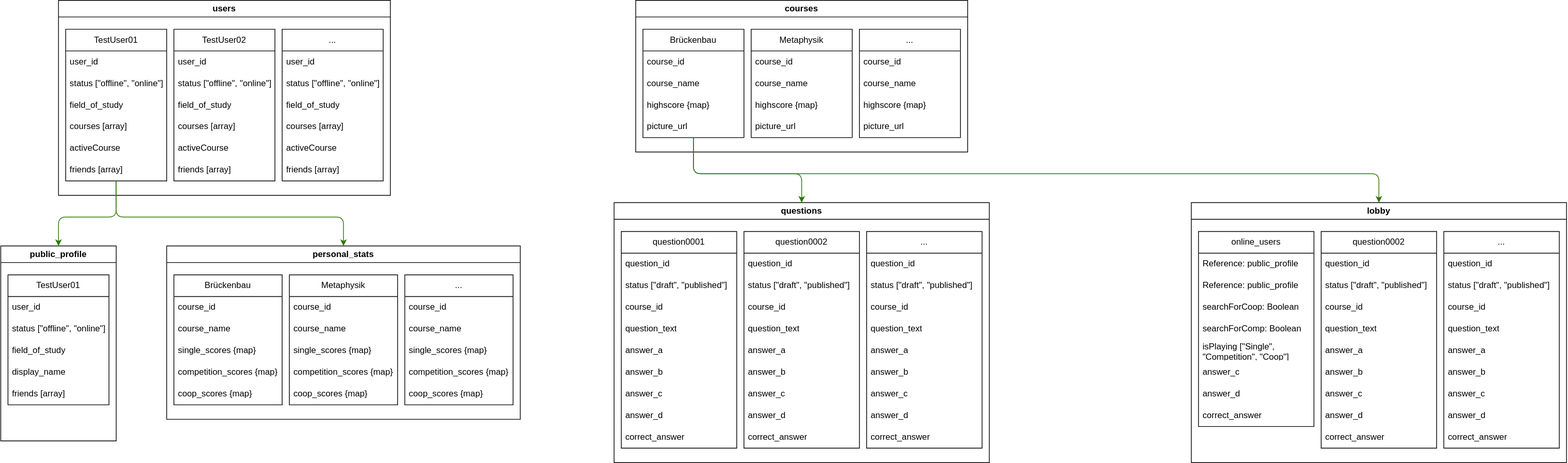
Earlier version of the draw.io export Docs/firestore_data.drawio.svg (A-Gruber-IU/ISEF01-Quiz). Source tidied: cells renumbered, new cells last; positions are measured from the earlier drawing's top-left corner, leaving out a move shared by most shapes.
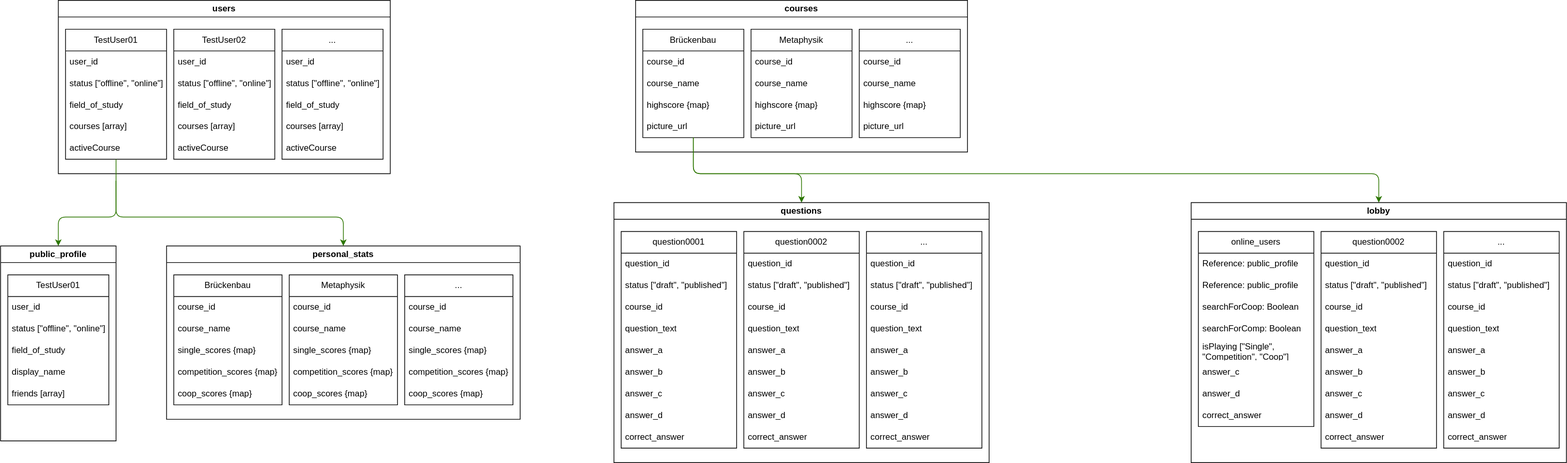
Above is the later version.

What changed in the source:
```diff
@@ -3,10 +3,10 @@
     <mxCell id="0" />
     <mxCell id="1" parent="0" />
     <mxCell id="2" value="users" style="swimlane;whiteSpace=wrap;html=1;" parent="1" vertex="1">
-      <mxGeometry x="80" width="460" height="270" as="geometry" />
+      <mxGeometry x="80" width="460" height="240" as="geometry" />
     </mxCell>
     <mxCell id="3" value="TestUser01" style="swimlane;fontStyle=0;horizontal=1;startSize=30;whiteSpace=wrap;html=1;" parent="2" vertex="1">
-      <mxGeometry x="10" y="40" width="140" height="210" as="geometry" />
+      <mxGeometry x="10" y="40" width="140" height="180" as="geometry" />
     </mxCell>
     <mxCell id="4" value="user_id" style="text;strokeColor=none;fillColor=none;align=left;verticalAlign=middle;spacingLeft=4;spacingRight=4;overflow=hidden;whiteSpace=wrap;html=1;" parent="3" vertex="1">
       <mxGeometry y="30" width="140" height="30" as="geometry" />
@@ -23,11 +23,8 @@
     <mxCell id="8" value="activeCourse" style="text;strokeColor=none;fillColor=none;align=left;verticalAlign=middle;spacingLeft=4;spacingRight=4;overflow=hidden;whiteSpace=wrap;html=1;" parent="3" vertex="1">
       <mxGeometry y="150" width="140" height="30" as="geometry" />
     </mxCell>
-    <mxCell id="9" value="friends [array]" style="text;strokeColor=none;fillColor=none;align=left;verticalAlign=middle;spacingLeft=4;spacingRight=4;overflow=hidden;points=[[0,0.5],[1,0.5]];portConstraint=eastwest;whiteSpace=wrap;html=1;" parent="3" vertex="1">
-      <mxGeometry y="180" width="140" height="30" as="geometry" />
-    </mxCell>
     <mxCell id="10" value="TestUser02" style="swimlane;fontStyle=0;horizontal=1;startSize=30;whiteSpace=wrap;html=1;" parent="2" vertex="1">
-      <mxGeometry x="160" y="40" width="140" height="210" as="geometry" />
+      <mxGeometry x="160" y="40" width="140" height="180" as="geometry" />
     </mxCell>
     <mxCell id="11" value="user_id" style="text;strokeColor=none;fillColor=none;align=left;verticalAlign=middle;spacingLeft=4;spacingRight=4;overflow=hidden;whiteSpace=wrap;html=1;" parent="10" vertex="1">
       <mxGeometry y="30" width="140" height="30" as="geometry" />
@@ -44,11 +41,8 @@
     <mxCell id="15" value="activeCourse" style="text;strokeColor=none;fillColor=none;align=left;verticalAlign=middle;spacingLeft=4;spacingRight=4;overflow=hidden;whiteSpace=wrap;html=1;" parent="10" vertex="1">
       <mxGeometry y="150" width="140" height="30" as="geometry" />
     </mxCell>
-    <mxCell id="16" value="friends [array]" style="text;strokeColor=none;fillColor=none;align=left;verticalAlign=middle;spacingLeft=4;spacingRight=4;overflow=hidden;whiteSpace=wrap;html=1;" parent="10" vertex="1">
-      <mxGeometry y="180" width="140" height="30" as="geometry" />
-    </mxCell>
     <mxCell id="17" value="..." style="swimlane;fontStyle=0;horizontal=1;startSize=30;whiteSpace=wrap;html=1;" parent="2" vertex="1">
-      <mxGeometry x="310" y="40" width="140" height="210" as="geometry" />
+      <mxGeometry x="310" y="40" width="140" height="180" as="geometry" />
     </mxCell>
     <mxCell id="18" value="user_id" style="text;strokeColor=none;fillColor=none;align=left;verticalAlign=middle;spacingLeft=4;spacingRight=4;overflow=hidden;whiteSpace=wrap;html=1;" parent="17" vertex="1">
       <mxGeometry y="30" width="140" height="30" as="geometry" />
@@ -65,9 +59,6 @@
     <mxCell id="22" value="activeCourse" style="text;strokeColor=none;fillColor=none;align=left;verticalAlign=middle;spacingLeft=4;spacingRight=4;overflow=hidden;whiteSpace=wrap;html=1;" parent="17" vertex="1">
       <mxGeometry y="150" width="140" height="30" as="geometry" />
     </mxCell>
-    <mxCell id="23" value="friends [array]" style="text;strokeColor=none;fillColor=none;align=left;verticalAlign=middle;spacingLeft=4;spacingRight=4;overflow=hidden;whiteSpace=wrap;html=1;" parent="17" vertex="1">
-      <mxGeometry y="180" width="140" height="30" as="geometry" />
-    </mxCell>
     <mxCell id="24" value="courses" style="swimlane;whiteSpace=wrap;html=1;" parent="1" vertex="1">
       <mxGeometry x="880" width="460" height="210" as="geometry" />
     </mxCell>
@@ -401,8 +392,9 @@
     <mxCell id="129" value="friends [array]" style="text;strokeColor=none;fillColor=none;align=left;verticalAlign=middle;spacingLeft=4;spacingRight=4;overflow=hidden;whiteSpace=wrap;html=1;" parent="124" vertex="1">
       <mxGeometry y="150" width="140" height="30" as="geometry" />
     </mxCell>
-    <mxCell id="130" style="edgeStyle=none;html=1;entryX=0.5;entryY=0;entryDx=0;entryDy=0;fillColor=#60a917;strokeColor=#2D7600;exitX=0.498;exitY=0.99;exitDx=0;exitDy=0;exitPerimeter=0;" parent="1" edge="1" source="9" target="123">
+    <mxCell id="130" style="edgeStyle=none;html=1;entryX=0.5;entryY=0;entryDx=0;entryDy=0;fillColor=#60a917;strokeColor=#2D7600;exitX=0.498;exitY=0.99;exitDx=0;exitDy=0;exitPerimeter=0;" parent="1" edge="1" target="123">
       <mxGeometry relative="1" as="geometry">
+        <mxPoint x="159.7" y="249.7" as="sourcePoint" />
         <Array as="points">
           <mxPoint x="160" y="300" />
           <mxPoint x="80" y="300" />
```
